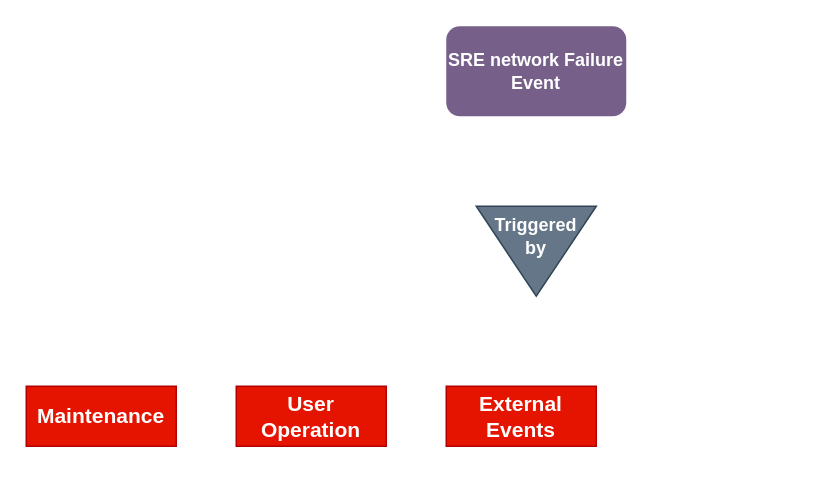
sugchand/drawio keeps this draw.io diagram as network SRE event Root Cause.drawio. Above is the earlier version. Source tidied: cells renumbered, new cells numbered last; positions are measured from the earlier drawing's top-left corner, leaving out a move shared by most shapes. Both pictures are drawn from the tidied source at 150%, with x=0, y=0 at pixel (26, 26).
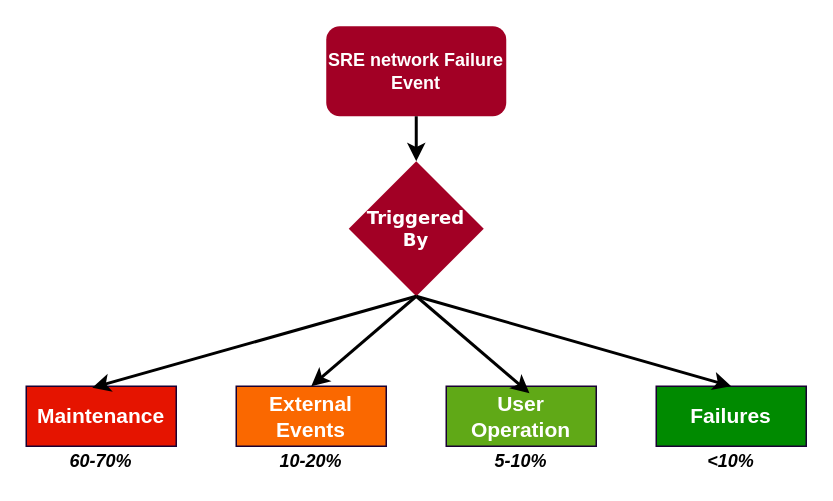
The same diagram, later.

Change to the diagram source:
```diff
@@
 <mxGraphModel>
   <root>
     <mxCell id="0" />
     <mxCell id="1" parent="0" />
-    <mxCell id="2" value="&lt;b&gt;SRE network Failure Event&lt;/b&gt;" style="rounded=1;whiteSpace=wrap;html=1;fillColor=#76608a;strokeColor=none;fontColor=#ffffff;" parent="1" vertex="1">
-      <mxGeometry x="280" width="120" height="60" as="geometry" />
+    <mxCell id="2" value="&lt;b&gt;SRE network Failure Event&lt;/b&gt;" style="rounded=1;whiteSpace=wrap;html=1;fillColor=#a20025;strokeColor=none;fontColor=#ffffff;" parent="1" vertex="1">
+      <mxGeometry x="200" width="120" height="60" as="geometry" />
     </mxCell>
-    <mxCell id="3" style="group;" parent="1" vertex="1">
-      <mxGeometry x="310" y="110" width="60" height="80" as="geometry" />
-    </mxCell>
-    <mxCell id="4" style="triangle;whiteSpace=wrap;html=1;rotation=90;fillColor=#647687;strokeColor=#314354;fontColor=#ffffff;" parent="3" vertex="1">
-      <mxGeometry width="60" height="80" as="geometry" />
-    </mxCell>
-    <mxCell id="5" value="&lt;font color=&quot;#ffffff&quot;&gt;&lt;b&gt;Triggered by&lt;/b&gt;&lt;/font&gt;" style="text;html=1;strokeColor=none;fillColor=none;align=center;verticalAlign=middle;whiteSpace=wrap;rounded=0;" parent="3" vertex="1">
-      <mxGeometry x="10" y="20" width="40" height="20" as="geometry" />
-    </mxCell>
-    <mxCell id="6" value="&lt;pre&gt;&lt;/pre&gt;&lt;b style=&quot;font-size: 14px&quot;&gt;&lt;p&gt;&lt;b&gt;Maintenance&lt;/b&gt;&lt;/p&gt;&lt;/b&gt;" style="rounded=0;whiteSpace=wrap;html=1;fillColor=#e51400;strokeColor=#B20000;fontColor=#ffffff;align=center;" parent="1" vertex="1">
+    <mxCell id="6" value="&lt;pre&gt;&lt;/pre&gt;&lt;b style=&quot;font-size: 14px&quot;&gt;&lt;p&gt;&lt;b&gt;Maintenance&lt;/b&gt;&lt;/p&gt;&lt;/b&gt;" style="rounded=0;whiteSpace=wrap;html=1;fillColor=#e51400;strokeColor=#190033;fontColor=#ffffff;align=center;" parent="1" vertex="1">
       <mxGeometry y="240" width="100" height="40" as="geometry" />
     </mxCell>
-    <mxCell id="7" value="&lt;pre&gt;&lt;/pre&gt;&lt;b style=&quot;font-size: 14px&quot;&gt;&lt;p&gt;&lt;b&gt;User Operation&lt;/b&gt;&lt;/p&gt;&lt;/b&gt;" style="rounded=0;whiteSpace=wrap;html=1;fillColor=#e51400;strokeColor=#B20000;fontColor=#ffffff;align=center;" parent="1" vertex="1">
+    <mxCell id="7" value="&lt;pre&gt;&lt;/pre&gt;&lt;b style=&quot;font-size: 14px&quot;&gt;&lt;p&gt;External Events&lt;/p&gt;&lt;/b&gt;" style="rounded=0;whiteSpace=wrap;html=1;fillColor=#fa6800;strokeColor=#190033;fontColor=#ffffff;align=center;" parent="1" vertex="1">
       <mxGeometry x="140" y="240" width="100" height="40" as="geometry" />
     </mxCell>
-    <mxCell id="8" value="&lt;pre&gt;&lt;/pre&gt;&lt;b style=&quot;font-size: 14px&quot;&gt;&lt;p&gt;&lt;b&gt;External Events&lt;/b&gt;&lt;/p&gt;&lt;/b&gt;" style="rounded=0;whiteSpace=wrap;html=1;fillColor=#e51400;strokeColor=#B20000;fontColor=#ffffff;align=center;" parent="1" vertex="1">
+    <mxCell id="8" value="&lt;pre&gt;&lt;/pre&gt;&lt;b style=&quot;font-size: 14px&quot;&gt;&lt;p&gt;&lt;b&gt;User Operation&lt;/b&gt;&lt;/p&gt;&lt;/b&gt;" style="rounded=0;whiteSpace=wrap;html=1;fillColor=#60a917;strokeColor=#190033;fontColor=#ffffff;align=center;" parent="1" vertex="1">
       <mxGeometry x="280" y="240" width="100" height="40" as="geometry" />
     </mxCell>
+    <mxCell id="9" value="&lt;pre&gt;&lt;/pre&gt;&lt;b style=&quot;font-size: 14px&quot;&gt;&lt;p&gt;&lt;b&gt;Failures&lt;/b&gt;&lt;/p&gt;&lt;/b&gt;" style="rounded=0;whiteSpace=wrap;html=1;fillColor=#008a00;strokeColor=#190033;fontColor=#ffffff;align=center;" parent="1" vertex="1">
+      <mxGeometry x="420" y="240" width="100" height="40" as="geometry" />
+    </mxCell>
+    <mxCell id="10" value="&lt;p&gt;&lt;font face=&quot;Verdana&quot;&gt;&lt;font style=&quot;font-size: 12px&quot;&gt;&lt;b&gt;Triggered&lt;br&gt;&lt;/b&gt;&lt;/font&gt;&lt;font style=&quot;font-size: 12px&quot;&gt;&lt;b&gt;By&lt;/b&gt;&lt;/font&gt;&lt;/font&gt;&lt;/p&gt;" style="rhombus;whiteSpace=wrap;html=1;fillColor=#a20025;strokeColor=none;fontColor=#ffffff;" parent="1" vertex="1">
+      <mxGeometry x="215" y="90" width="90" height="90" as="geometry" />
+    </mxCell>
+    <mxCell id="11" style="endArrow=classic;html=1;exitX=0.5;exitY=1;exitDx=0;exitDy=0;entryX=0.5;entryY=0;entryDx=0;entryDy=0;strokeWidth=2;" parent="1" edge="1" source="2" target="10">
+      <mxGeometry relative="1" as="geometry" />
+    </mxCell>
+    <mxCell id="12" style="endArrow=classic;html=1;entryX=0.44;entryY=0.025;entryDx=0;entryDy=0;strokeWidth=2;entryPerimeter=0;exitX=0.5;exitY=1;exitDx=0;exitDy=0;" parent="1" edge="1" source="10" target="6">
+      <mxGeometry relative="1" as="geometry" />
+    </mxCell>
+    <mxCell id="13" style="endArrow=classic;html=1;exitX=0.5;exitY=1;exitDx=0;exitDy=0;entryX=0.5;entryY=0;entryDx=0;entryDy=0;strokeWidth=2;" parent="1" edge="1" source="10" target="7">
+      <mxGeometry relative="1" as="geometry" />
+    </mxCell>
+    <mxCell id="14" style="endArrow=classic;html=1;exitX=0.5;exitY=1;exitDx=0;exitDy=0;entryX=0.555;entryY=0.117;entryDx=0;entryDy=0;strokeWidth=2;entryPerimeter=0;" parent="1" edge="1" source="10" target="8">
+      <mxGeometry relative="1" as="geometry" />
+    </mxCell>
+    <mxCell id="15" style="endArrow=classic;html=1;exitX=0.5;exitY=1;exitDx=0;exitDy=0;entryX=0.5;entryY=0;entryDx=0;entryDy=0;strokeWidth=2;" parent="1" edge="1" source="10" target="9">
+      <mxGeometry relative="1" as="geometry" />
+    </mxCell>
+    <mxCell id="16" value="&lt;b&gt;&lt;i&gt;60-70%&lt;/i&gt;&lt;/b&gt;" style="text;html=1;strokeColor=none;fillColor=none;align=center;verticalAlign=middle;whiteSpace=wrap;rounded=0;" parent="1" vertex="1">
+      <mxGeometry x="25" y="280" width="50" height="20" as="geometry" />
+    </mxCell>
+    <mxCell id="17" value="&lt;b&gt;&lt;i&gt;10-20%&lt;/i&gt;&lt;/b&gt;" style="text;html=1;strokeColor=none;fillColor=none;align=center;verticalAlign=middle;whiteSpace=wrap;rounded=0;" parent="1" vertex="1">
+      <mxGeometry x="165" y="280" width="50" height="20" as="geometry" />
+    </mxCell>
+    <mxCell id="18" value="&lt;b&gt;&lt;i&gt;5-10%&lt;/i&gt;&lt;/b&gt;" style="text;html=1;strokeColor=none;fillColor=none;align=center;verticalAlign=middle;whiteSpace=wrap;rounded=0;" parent="1" vertex="1">
+      <mxGeometry x="305" y="280" width="50" height="20" as="geometry" />
+    </mxCell>
+    <mxCell id="19" value="&lt;b&gt;&lt;i&gt;&amp;lt;10%&lt;/i&gt;&lt;/b&gt;" style="text;html=1;strokeColor=none;fillColor=none;align=center;verticalAlign=middle;whiteSpace=wrap;rounded=0;" parent="1" vertex="1">
+      <mxGeometry x="445" y="280" width="50" height="20" as="geometry" />
+    </mxCell>
   </root>
 </mxGraphModel>
```
